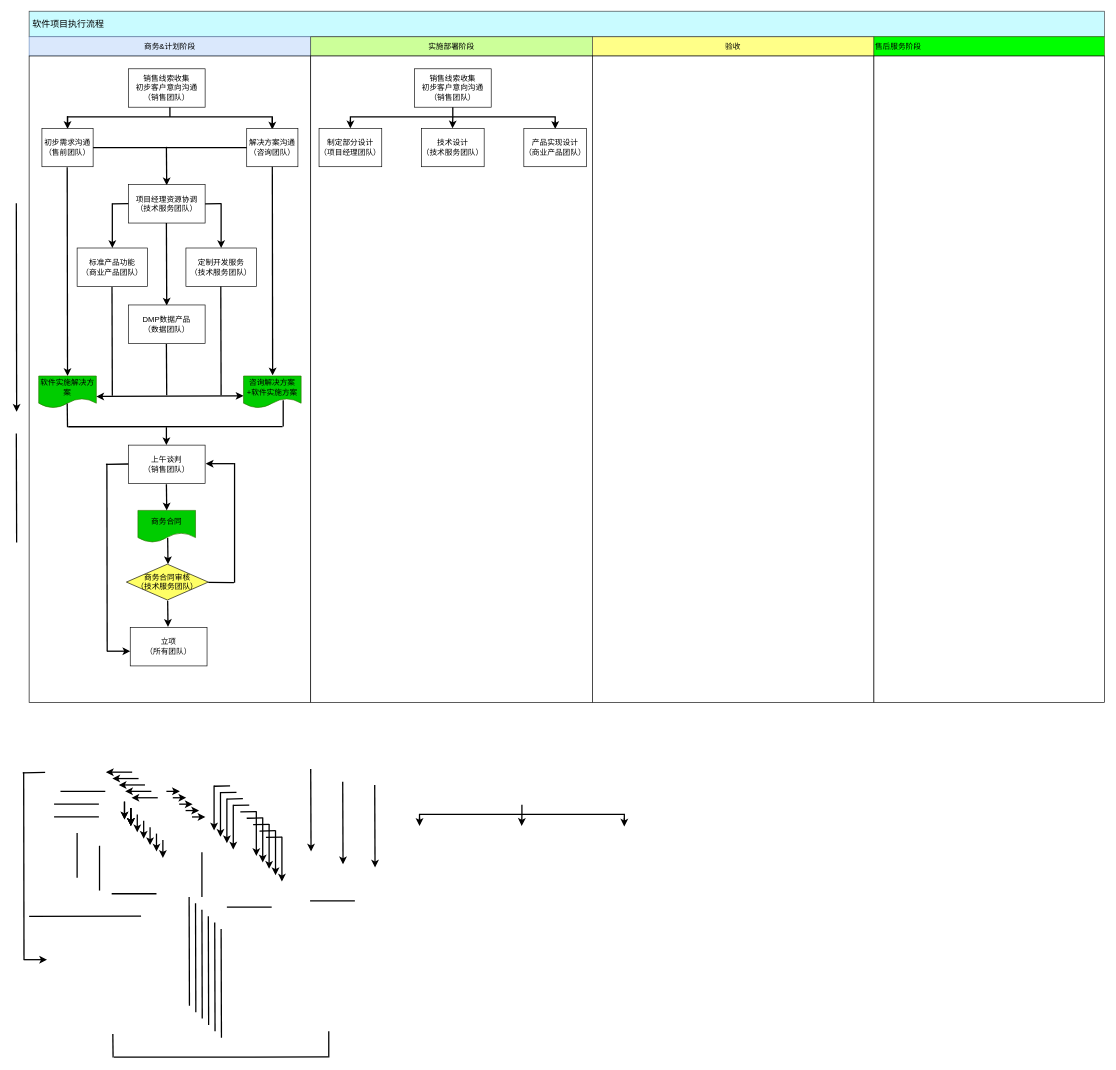
pingxinerlun/Demo keeps this draw.io diagram as 未命名绘图.drawio. Above is the earlier version. Source tidied: cells renumbered, new cells numbered last; positions are measured from the earlier drawing's top-left corner, leaving out a move shared by most shapes. Both pictures are drawn from the tidied source at 64%, with x=0, y=0 at pixel (16, 11).
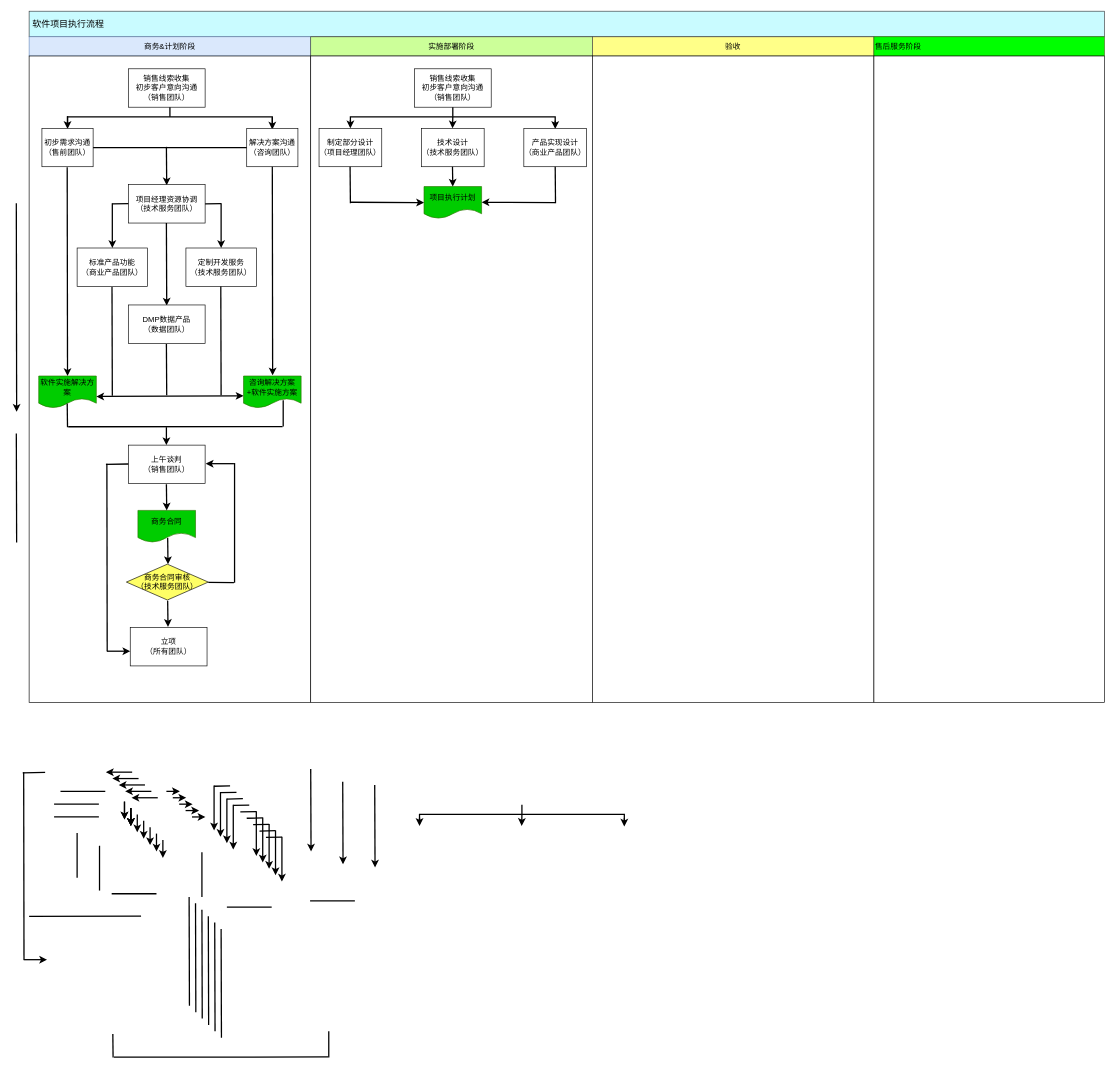
The same diagram, later.

Commit message:
竖折左箭头.drawio

What changed in the source:
```diff
@@
+    <mxCell id="131" value="&lt;font color=&quot;#000000&quot;&gt;项目执行计划&lt;/font&gt;" style="shape=document;whiteSpace=wrap;html=1;boundedLbl=1;align=center;strokeColor=#2D7600;fontColor=#ffffff;fillColor=#00CC00;" parent="1" vertex="1">
+      <mxGeometry x="637" y="274" width="90" height="50" as="geometry" />
+    </mxCell>
+    <mxCell id="132" style="endArrow=classic;html=1;endSize=6;strokeWidth=2;" parent="1" edge="1">
+      <mxGeometry relative="1" as="geometry">
+        <mxPoint x="681.5" y="243" as="sourcePoint" />
+        <mxPoint x="682" y="274" as="targetPoint" />
+      </mxGeometry>
+    </mxCell>
+    <mxCell id="133" style="endArrow=none;html=1;strokeWidth=2;" parent="1" edge="1">
+      <mxGeometry relative="1" as="geometry">
+        <mxPoint x="522" y="300" as="sourcePoint" />
+        <mxPoint x="521.5" y="243" as="targetPoint" />
+      </mxGeometry>
+    </mxCell>
+    <mxCell id="134" style="endArrow=classic;html=1;endSize=6;strokeWidth=2;entryX=0;entryY=0.5;entryDx=0;entryDy=0;exitX=0;exitY=0.5;exitDx=0;exitDy=0;" parent="1" edge="1" target="131">
+      <mxGeometry relative="1" as="geometry">
+        <mxPoint x="522" y="298.5" as="sourcePoint" />
+      </mxGeometry>
+    </mxCell>
+    <mxCell id="135" style="endArrow=none;html=1;strokeWidth=2;" parent="1" edge="1">
+      <mxGeometry relative="1" as="geometry">
+        <mxPoint x="842" y="243" as="sourcePoint" />
+        <mxPoint x="842.5" y="300" as="targetPoint" />
+      </mxGeometry>
+    </mxCell>
+    <mxCell id="136" style="endArrow=classic;html=1;endSize=6;strokeWidth=2;entryX=0;entryY=0.5;entryDx=0;entryDy=0;exitX=0;exitY=0.5;exitDx=0;exitDy=0;" parent="1" edge="1">
+      <mxGeometry relative="1" as="geometry">
+        <mxPoint x="842" y="299" as="sourcePoint" />
+        <mxPoint x="727" y="298.5" as="targetPoint" />
+      </mxGeometry>
+    </mxCell>
```
